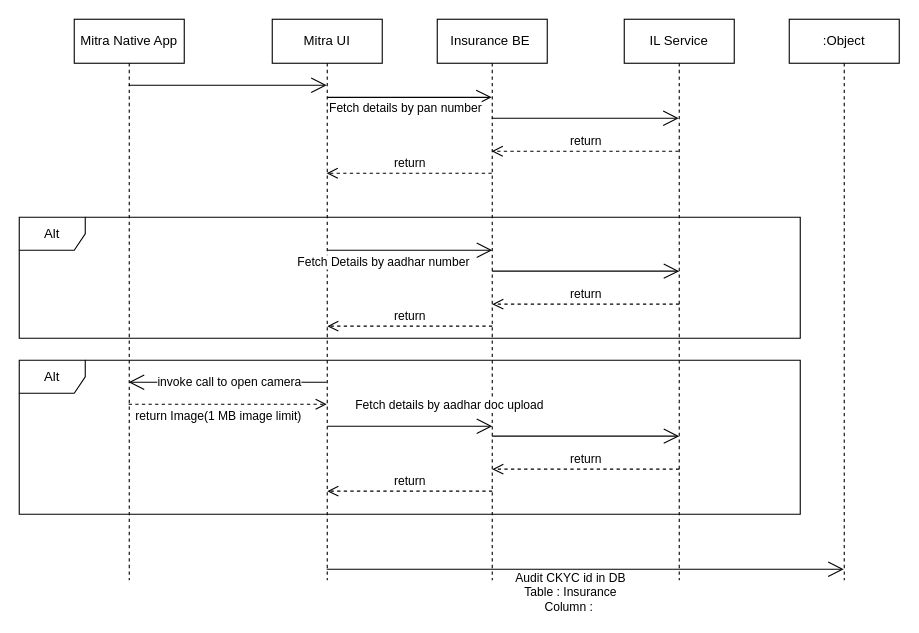
The draw.io diagram 2W.drawio in ashwiniadlakha/draw_io, before the edit. Source tidied: cells renumbered, new cells numbered last; positions are measured from the earlier drawing's top-left corner, leaving out a move shared by most shapes. Both pictures are drawn from the tidied source at 110%, with x=0, y=0 at pixel (19, 19).
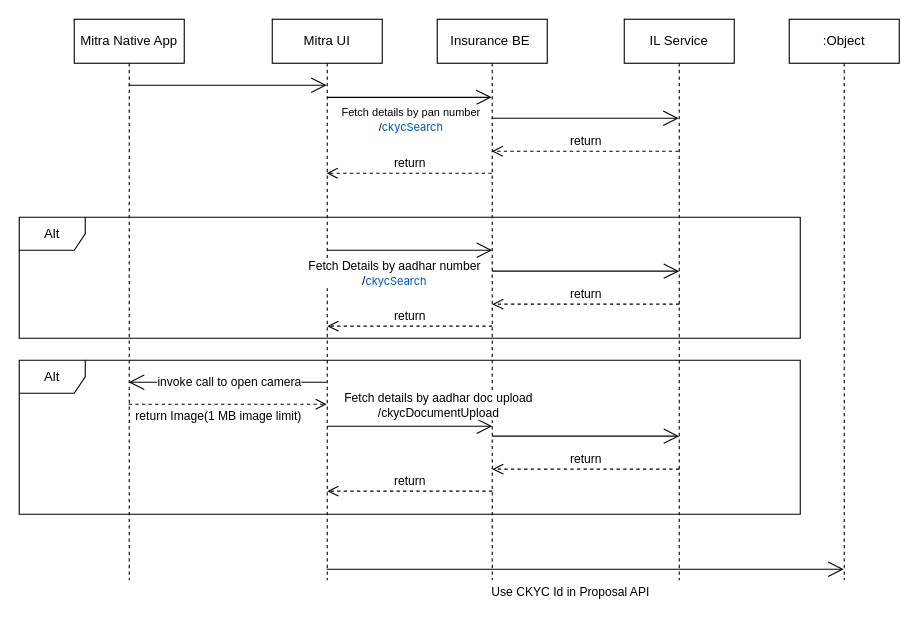
Above is the later version.

Unchanged cells that the change refers to:
```xml
<mxCell id="6" style="endArrow=open;endFill=1;endSize=12;html=1;rounded=0;" parent="1" edge="1" target="4">
  <mxGeometry relative="1" as="geometry">
    <mxPoint x="280" y="71" as="sourcePoint" />
  </mxGeometry>
</mxCell>
<mxCell id="13" style="endArrow=open;endFill=1;endSize=12;html=1;rounded=0;" parent="1" edge="1">
  <mxGeometry relative="1" as="geometry">
    <mxPoint x="280" y="210" as="sourcePoint" />
    <mxPoint x="430" y="210" as="targetPoint" />
  </mxGeometry>
</mxCell>
<mxCell id="19" style="endArrow=open;endFill=1;endSize=12;html=1;rounded=0;" parent="1" edge="1">
  <mxGeometry relative="1" as="geometry">
    <mxPoint x="280" y="370" as="sourcePoint" />
    <mxPoint x="430" y="370" as="targetPoint" />
  </mxGeometry>
</mxCell>
<mxCell id="28" style="endArrow=open;endFill=1;endSize=12;html=1;rounded=0;" parent="1" edge="1" source="3" target="27">
  <mxGeometry relative="1" as="geometry">
    <Array as="points">
      <mxPoint x="380" y="500" />
      <mxPoint x="470" y="500" />
    </Array>
  </mxGeometry>
</mxCell>
```

Change to the diagram source:
```diff
@@
-    <mxCell id="7" value="Fetch details by pan number" style="edgeLabel;html=1;align=center;verticalAlign=middle;" parent="6" vertex="1">
+    <mxCell id="7" value="&lt;font style=&quot;font-size: 10px;&quot;&gt;Fetch details by pan number&lt;br&gt;/&lt;a style=&quot;border-color: var(--border-color); color: rgb(0, 82, 204); text-decoration: var(--aui-link-decoration); font-family: -apple-system, &amp;quot;system-ui&amp;quot;, &amp;quot;Segoe UI&amp;quot;, Roboto, Oxygen, Ubuntu, &amp;quot;Fira Sans&amp;quot;, &amp;quot;Droid Sans&amp;quot;, &amp;quot;Helvetica Neue&amp;quot;, sans-serif; text-align: left;&quot; rel=&quot;nofollow&quot; class=&quot;external-link&quot; href=&quot;https://10.56.110.178:8093/api/v1/insurance/twoWheeler/mitra/ckycSearch&quot;&gt;ckycSearch&lt;/a&gt;&lt;/font&gt;" style="edgeLabel;html=1;align=center;verticalAlign=middle;" parent="6" vertex="1">
       <mxGeometry x="-0.41" y="-2" relative="1" as="geometry">
-        <mxPoint x="26" y="7" as="offset" />
+        <mxPoint x="31" y="17" as="offset" />
       </mxGeometry>
     </mxCell>
@@
-    <mxCell id="14" value="Fetch Details by aadhar number" style="edgeLabel;html=1;align=center;verticalAlign=middle;" parent="13" vertex="1">
+    <mxCell id="14" value="Fetch Details by aadhar number&lt;br&gt;/&lt;a style=&quot;border-color: var(--border-color); font-size: 10px; color: rgb(0, 82, 204); text-decoration: var(--aui-link-decoration); font-family: -apple-system, &amp;quot;system-ui&amp;quot;, &amp;quot;Segoe UI&amp;quot;, Roboto, Oxygen, Ubuntu, &amp;quot;Fira Sans&amp;quot;, &amp;quot;Droid Sans&amp;quot;, &amp;quot;Helvetica Neue&amp;quot;, sans-serif; text-align: left;&quot; rel=&quot;nofollow&quot; class=&quot;external-link&quot; href=&quot;https://10.56.110.178:8093/api/v1/insurance/twoWheeler/mitra/ckycSearch&quot;&gt;ckycSearch&lt;/a&gt;" style="edgeLabel;html=1;align=center;verticalAlign=middle;" parent="13" vertex="1">
       <mxGeometry x="-0.31" relative="1" as="geometry">
-        <mxPoint x="-2" y="10" as="offset" />
+        <mxPoint x="8" y="20" as="offset" />
       </mxGeometry>
     </mxCell>
@@
-    <mxCell id="20" value="Fetch details by aadhar doc upload" style="edgeLabel;html=1;align=center;verticalAlign=middle;" parent="19" vertex="1">
+    <mxCell id="20" value="Fetch details by aadhar doc upload&lt;br&gt;/ckycDocumentUpload" style="edgeLabel;html=1;align=center;verticalAlign=middle;" parent="19" vertex="1">
       <mxGeometry x="-0.36" y="1" relative="1" as="geometry">
-        <mxPoint x="62" y="-19" as="offset" />
+        <mxPoint x="52" y="-19" as="offset" />
       </mxGeometry>
     </mxCell>
@@
-    <mxCell id="29" value="Audit CKYC id in DB&lt;br&gt;Table : Insurance&lt;br&gt;Column :&amp;nbsp;" style="edgeLabel;html=1;align=center;verticalAlign=middle;" parent="28" vertex="1">
+    <mxCell id="29" value="Use CKYC Id in Proposal API" style="edgeLabel;html=1;align=center;verticalAlign=middle;" parent="28" vertex="1">
       <mxGeometry x="-0.13" y="2" relative="1" as="geometry">
         <mxPoint x="17" y="22" as="offset" />
       </mxGeometry>
     </mxCell>
```
